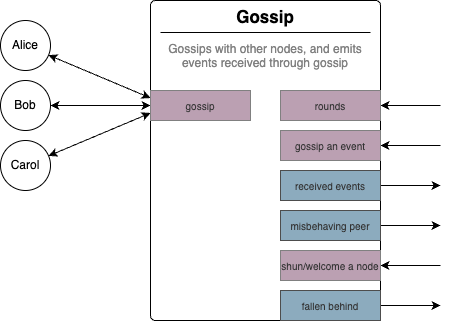
hashgraph/hedera-services keeps this draw.io diagram as platform-sdk/docs/proposals/consensus-layer/gossip-module.png. Above is the earlier version. Source tidied: cells renumbered, new cells last; positions are measured from the earlier drawing's top-left corner, leaving out a move shared by most shapes. Source of this version:
```xml
<mxGraphModel>
  <root>
    <mxCell id="0" />
    <mxCell id="1" parent="0" />
    <mxCell id="2" value="&lt;font style=&quot;font-size: 17px;&quot;&gt;&lt;b&gt;Gossip&lt;/b&gt;&lt;br&gt;&lt;/font&gt;&lt;font color=&quot;#808080&quot;&gt;&lt;br&gt;Gossips with other nodes, and emits events received through gossip&lt;/font&gt;" style="rounded=1;whiteSpace=wrap;html=1;arcSize=2;verticalAlign=top;" parent="1" vertex="1">
      <mxGeometry x="150" width="230" height="320" as="geometry" />
    </mxCell>
    <mxCell id="3" style="endArrow=none;html=1;rounded=0;entryX=0.957;entryY=0.231;entryDx=0;entryDy=0;entryPerimeter=0;" parent="1" edge="1">
      <mxGeometry relative="1" as="geometry">
        <mxPoint x="160" y="32" as="sourcePoint" />
        <mxPoint x="370.1" y="32" as="targetPoint" />
      </mxGeometry>
    </mxCell>
    <mxCell id="4" style="edgeStyle=none;rounded=0;jettySize=auto;html=1;exitX=0;exitY=0.25;exitDx=0;exitDy=0;startArrow=classic;startFill=1;" parent="1" edge="1" source="7" target="20">
      <mxGeometry relative="1" as="geometry" />
    </mxCell>
    <mxCell id="5" style="edgeStyle=none;rounded=0;jettySize=auto;html=1;exitX=0;exitY=0.5;exitDx=0;exitDy=0;startArrow=classic;startFill=1;" parent="1" edge="1" source="7" target="21">
      <mxGeometry relative="1" as="geometry" />
    </mxCell>
    <mxCell id="6" style="edgeStyle=none;rounded=0;jettySize=auto;html=1;exitX=0;exitY=0.75;exitDx=0;exitDy=0;startArrow=classic;startFill=1;" parent="1" edge="1" source="7" target="22">
      <mxGeometry relative="1" as="geometry" />
    </mxCell>
    <mxCell id="7" value="gossip" style="rounded=0;whiteSpace=wrap;html=1;fontSize=10;fontColor=#333333;strokeColor=#808080;shadow=0;glass=0;fillColor=#BBA0B2;" parent="1" vertex="1">
      <mxGeometry x="150" y="90" width="100" height="30" as="geometry" />
    </mxCell>
    <mxCell id="8" style="edgeStyle=orthogonalEdgeStyle;rounded=0;jettySize=auto;html=1;startArrow=classic;startFill=1;endArrow=none;endFill=0;" parent="1" edge="1" source="9">
      <mxGeometry relative="1" as="geometry">
        <mxPoint x="440" y="105" as="targetPoint" />
      </mxGeometry>
    </mxCell>
    <mxCell id="9" value="rounds" style="rounded=0;whiteSpace=wrap;html=1;fontSize=10;fontColor=#333333;strokeColor=#808080;shadow=0;glass=0;align=center;verticalAlign=middle;fontFamily=Helvetica;fillColor=#BBA0B2;" parent="1" vertex="1">
      <mxGeometry x="280" y="90" width="100" height="30" as="geometry" />
    </mxCell>
    <mxCell id="10" style="edgeStyle=orthogonalEdgeStyle;rounded=0;jettySize=auto;html=1;startArrow=classic;startFill=1;endArrow=none;endFill=0;" parent="1" edge="1" source="11">
      <mxGeometry relative="1" as="geometry">
        <mxPoint x="440" y="145" as="targetPoint" />
      </mxGeometry>
    </mxCell>
    <mxCell id="11" value="gossip an event" style="rounded=0;whiteSpace=wrap;html=1;fontSize=10;fontColor=#333333;strokeColor=#808080;shadow=0;glass=0;align=center;verticalAlign=middle;fontFamily=Helvetica;fillColor=#BBA0B2;" parent="1" vertex="1">
      <mxGeometry x="280" y="130" width="100" height="30" as="geometry" />
    </mxCell>
    <mxCell id="12" style="edgeStyle=orthogonalEdgeStyle;rounded=0;jettySize=auto;html=1;" parent="1" edge="1" source="13">
      <mxGeometry relative="1" as="geometry">
        <mxPoint x="440" y="185" as="targetPoint" />
      </mxGeometry>
    </mxCell>
    <mxCell id="13" value="received events" style="rounded=0;whiteSpace=wrap;html=1;fontSize=10;fontColor=#333333;strokeColor=#4D4D4D;fillColor=#8CABBE;" parent="1" vertex="1">
      <mxGeometry x="280" y="170" width="100" height="30" as="geometry" />
    </mxCell>
    <mxCell id="14" style="edgeStyle=orthogonalEdgeStyle;rounded=0;jettySize=auto;html=1;" parent="1" edge="1" source="15">
      <mxGeometry relative="1" as="geometry">
        <mxPoint x="440" y="305" as="targetPoint" />
      </mxGeometry>
    </mxCell>
    <mxCell id="15" value="fallen behind" style="rounded=0;whiteSpace=wrap;html=1;fontSize=10;fontColor=#333333;strokeColor=#4D4D4D;align=center;verticalAlign=middle;fontFamily=Helvetica;fillColor=#8CABBE;" parent="1" vertex="1">
      <mxGeometry x="280" y="290" width="100" height="30" as="geometry" />
    </mxCell>
    <mxCell id="16" style="edgeStyle=orthogonalEdgeStyle;rounded=0;jettySize=auto;html=1;exitX=1;exitY=0.5;exitDx=0;exitDy=0;" parent="1" edge="1" source="17">
      <mxGeometry relative="1" as="geometry">
        <mxPoint x="440" y="225" as="targetPoint" />
      </mxGeometry>
    </mxCell>
    <mxCell id="17" value="misbehaving peer" style="rounded=0;whiteSpace=wrap;html=1;fontSize=10;fontColor=#333333;strokeColor=#4D4D4D;align=center;verticalAlign=middle;fontFamily=Helvetica;fillColor=#8CABBE;" parent="1" vertex="1">
      <mxGeometry x="280" y="210" width="100" height="30" as="geometry" />
    </mxCell>
    <mxCell id="18" style="edgeStyle=orthogonalEdgeStyle;rounded=0;jettySize=auto;html=1;startArrow=classic;startFill=1;endArrow=none;endFill=0;" parent="1" edge="1" source="19">
      <mxGeometry relative="1" as="geometry">
        <mxPoint x="440" y="265" as="targetPoint" />
      </mxGeometry>
    </mxCell>
    <mxCell id="19" value="shun/welcome a node" style="rounded=0;whiteSpace=wrap;html=1;fontSize=10;fontColor=#333333;strokeColor=#808080;shadow=0;glass=0;align=center;verticalAlign=middle;fontFamily=Helvetica;fillColor=#BBA0B2;" parent="1" vertex="1">
      <mxGeometry x="280" y="250" width="100" height="30" as="geometry" />
    </mxCell>
    <mxCell id="20" value="Alice" style="ellipse;whiteSpace=wrap;html=1;" parent="1" vertex="1">
      <mxGeometry y="20" width="50" height="50" as="geometry" />
    </mxCell>
    <mxCell id="21" value="Bob" style="ellipse;whiteSpace=wrap;html=1;" parent="1" vertex="1">
      <mxGeometry y="80" width="50" height="50" as="geometry" />
    </mxCell>
    <mxCell id="22" value="Carol" style="ellipse;whiteSpace=wrap;html=1;" parent="1" vertex="1">
      <mxGeometry y="140" width="50" height="50" as="geometry" />
    </mxCell>
  </root>
</mxGraphModel>
```
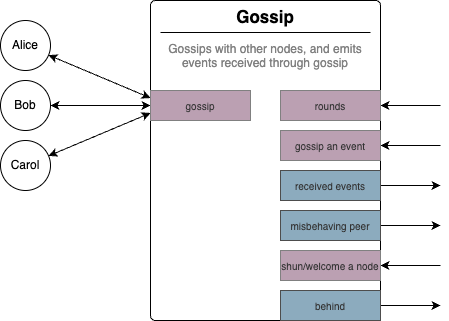
After the change.

Diff of the diagram source:
```diff
@@ -52,7 +52,7 @@
         <mxPoint x="440" y="305" as="targetPoint" />
       </mxGeometry>
     </mxCell>
-    <mxCell id="15" value="fallen behind" style="rounded=0;whiteSpace=wrap;html=1;fontSize=10;fontColor=#333333;strokeColor=#4D4D4D;align=center;verticalAlign=middle;fontFamily=Helvetica;fillColor=#8CABBE;" parent="1" vertex="1">
+    <mxCell id="15" value="behind" style="rounded=0;whiteSpace=wrap;html=1;fontSize=10;fontColor=#333333;strokeColor=#4D4D4D;align=center;verticalAlign=middle;fontFamily=Helvetica;fillColor=#8CABBE;" parent="1" vertex="1">
       <mxGeometry x="280" y="290" width="100" height="30" as="geometry" />
     </mxCell>
     <mxCell id="16" style="edgeStyle=orthogonalEdgeStyle;rounded=0;jettySize=auto;html=1;exitX=1;exitY=0.5;exitDx=0;exitDy=0;" parent="1" edge="1" source="17">
```
